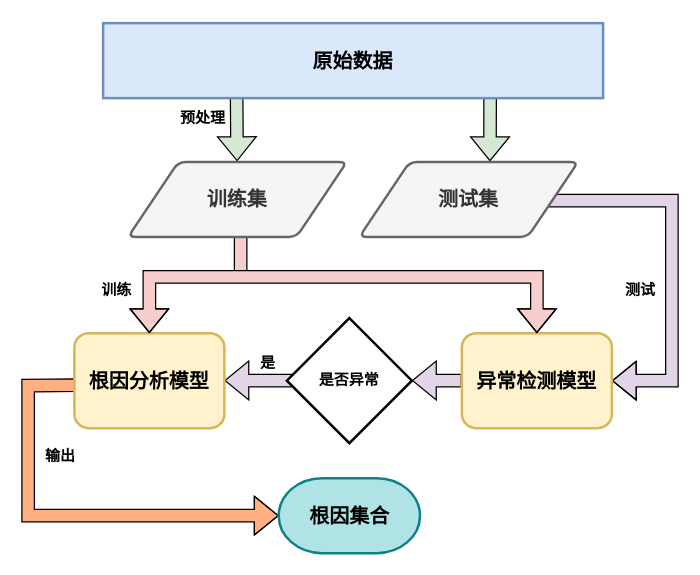
This is page "第 9 页 的副本" (11 of 14) of 根因分析.drawio from balllightnings/draw, a draw.io file, before an edit. Source tidied: cells renumbered, new cells numbered last; positions are measured from the earlier drawing's top-left corner, leaving out a move shared by most shapes. Both pictures are drawn from the tidied source at 125%, with x=0, y=0 at pixel (22, 22).
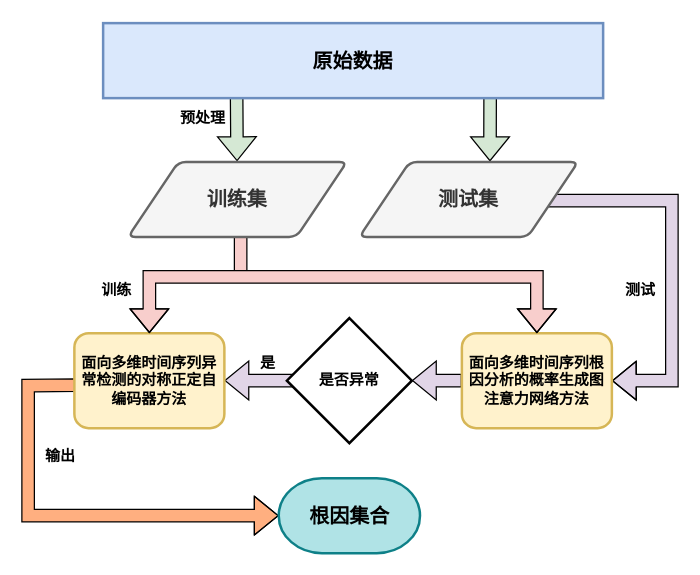
The same diagram, later.

What changed in the source:
```diff
@@
-    <mxCell id="11" value="&lt;font style=&quot;font-size: 16px;&quot;&gt;&lt;b&gt;根因分析模型&lt;/b&gt;&lt;br&gt;&lt;/font&gt;" style="rounded=1;whiteSpace=wrap;html=1;fillColor=#fff2cc;strokeColor=#d6b656;strokeWidth=2;" parent="1" vertex="1">
+    <mxCell id="11" value="&lt;b&gt;面向多维时间序列异常检测的对称正定自编码器方法&lt;/b&gt;" style="rounded=1;whiteSpace=wrap;html=1;fillColor=#fff2cc;strokeColor=#d6b656;strokeWidth=2;" parent="1" vertex="1">
       <mxGeometry x="41" y="248" width="120" height="76" as="geometry" />
     </mxCell>
@@
-    <mxCell id="14" value="&lt;font style=&quot;font-size: 16px;&quot;&gt;&lt;b&gt;异常检测模型&lt;/b&gt;&lt;br&gt;&lt;/font&gt;" style="rounded=1;whiteSpace=wrap;html=1;fillColor=#fff2cc;strokeColor=#d6b656;strokeWidth=2;" parent="1" vertex="1">
+    <mxCell id="14" value="&lt;b&gt;面向多维时间序列根因分析的概率生成图注意力网络方法&lt;/b&gt;" style="rounded=1;whiteSpace=wrap;html=1;fillColor=#fff2cc;strokeColor=#d6b656;strokeWidth=2;" parent="1" vertex="1">
       <mxGeometry x="351" y="248" width="120" height="76" as="geometry" />
     </mxCell>
```
